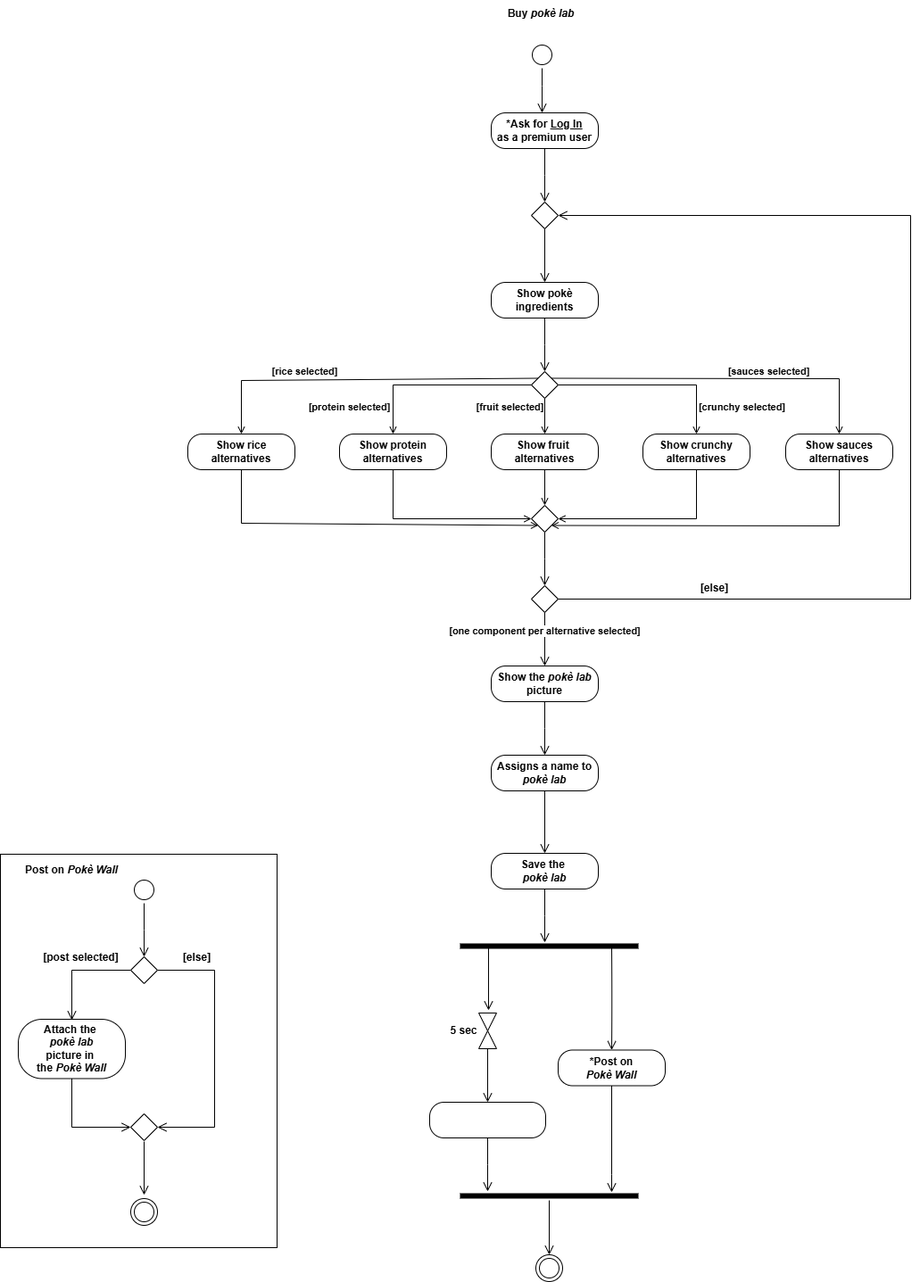
Earlier version of the draw.io export diagrams/ActivityDiagram.drawio.png (matteopinfildi/ISPW-Project). Source tidied: cells renumbered, new cells last; positions are measured from the earlier drawing's top-left corner, leaving out a move shared by most shapes.
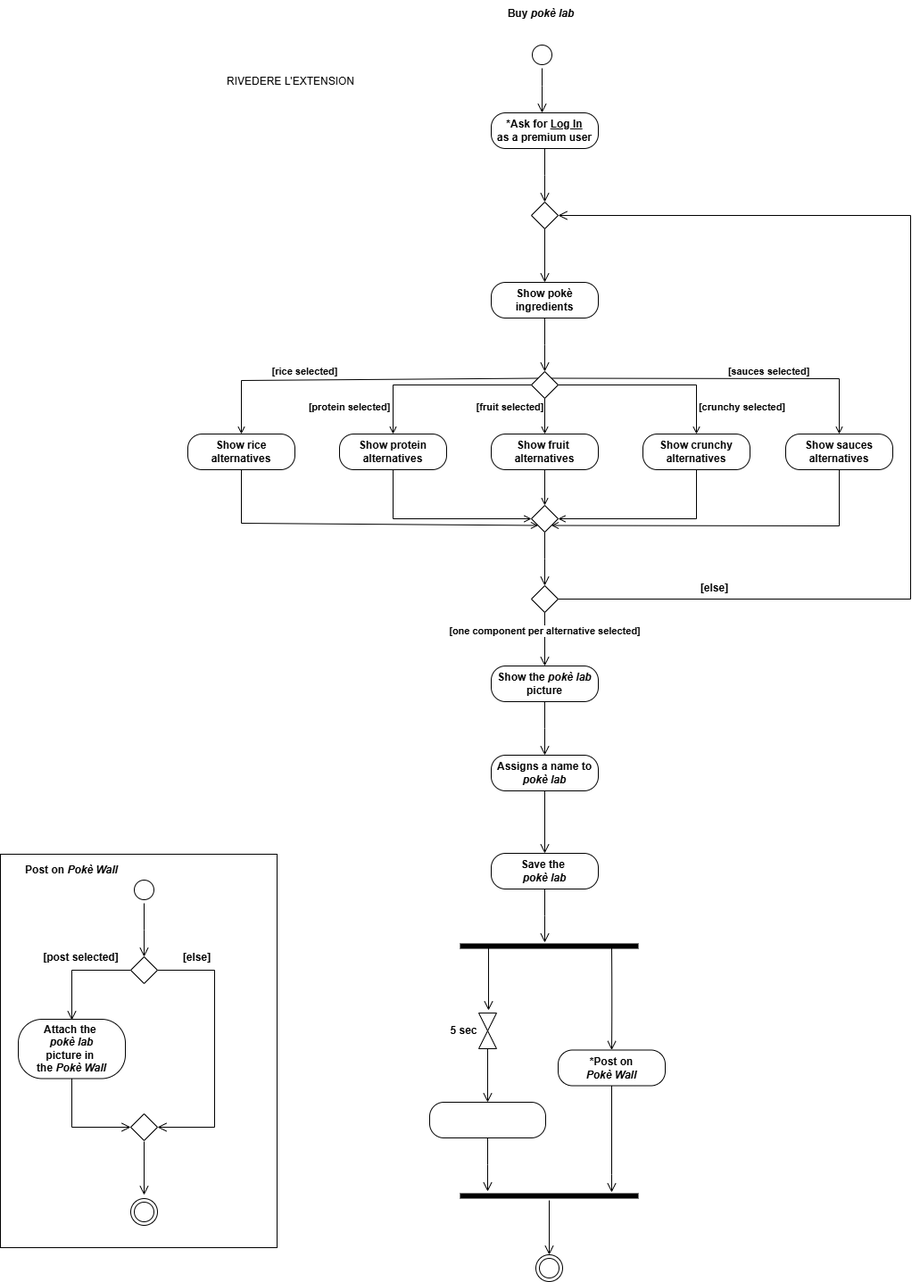
After the change.

Change to the diagram source:
```diff
@@ -308,5 +308,8 @@
     <mxCell id="67" value="&lt;span style=&quot;font-size: 12px;&quot;&gt;&lt;b&gt;Post on &lt;i&gt;Pokè Wall&lt;/i&gt;&lt;/b&gt;&lt;/span&gt;" style="text;strokeColor=none;fillColor=none;html=1;align=center;verticalAlign=middle;whiteSpace=wrap;rounded=0;fontSize=16;labelBackgroundColor=none;" parent="1" vertex="1">
       <mxGeometry x="5" y="957.5" width="150" height="30" as="geometry" />
     </mxCell>
+    <mxCell id="68" value="RIVEDERE L'EXTENSION" style="text;html=1;align=center;verticalAlign=middle;strokeColor=none;fillColor=none;" parent="1" vertex="1">
+      <mxGeometry x="240" y="76" width="170" height="30" as="geometry" />
+    </mxCell>
   </root>
 </mxGraphModel>
```
